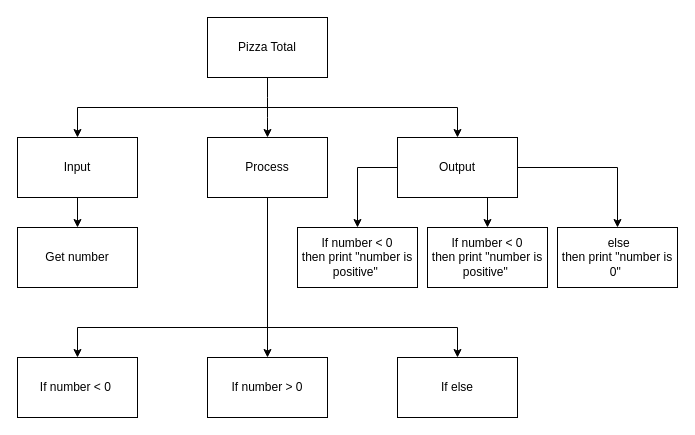
Before: topdown.drawio in Peter-Gemmell/ICS3U-Unit3-04-Python, a draw.io diagram. Source tidied: cells renumbered, new cells numbered last; positions are measured from the earlier drawing's top-left corner, leaving out a move shared by most shapes. Both pictures are drawn from the tidied source at 100%, with x=0, y=0 at pixel (17, 17).
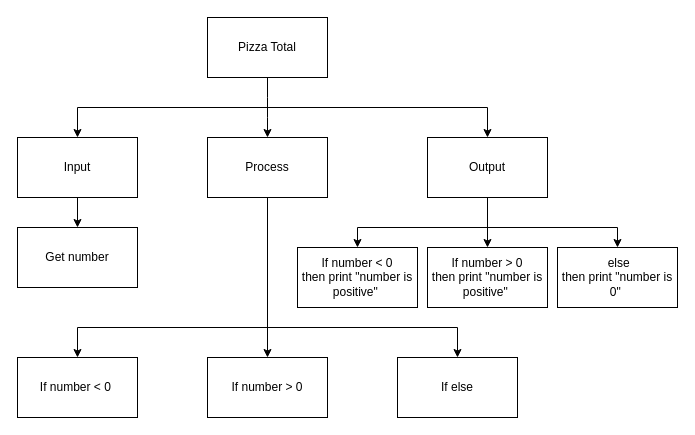
The same page after the edit.

Diff of the diagram source:
```diff
@@
     <mxCell id="3" style="edgeStyle=none;html=1;entryX=0.5;entryY=0;entryDx=0;entryDy=0;rounded=0;" parent="1" edge="1" target="15">
       <mxGeometry relative="1" as="geometry">
         <mxPoint x="250" y="90" as="sourcePoint" />
         <Array as="points">
-          <mxPoint x="440" y="90" />
+          <mxPoint x="470" y="90" />
         </Array>
       </mxGeometry>
     </mxCell>
@@
-    <mxCell id="12" style="edgeStyle=none;rounded=0;html=1;exitX=0;exitY=0.5;exitDx=0;exitDy=0;" parent="1" edge="1" source="15" target="17">
+    <mxCell id="12" style="edgeStyle=none;rounded=0;html=1;" parent="1" edge="1" target="17">
       <mxGeometry relative="1" as="geometry">
+        <mxPoint x="470" y="210" as="sourcePoint" />
         <Array as="points">
-          <mxPoint x="340" y="150" />
+          <mxPoint x="340" y="210" />
         </Array>
       </mxGeometry>
     </mxCell>
-    <mxCell id="13" style="edgeStyle=none;html=1;entryX=0.5;entryY=0;entryDx=0;entryDy=0;exitX=1;exitY=0.5;exitDx=0;exitDy=0;rounded=0;" parent="1" edge="1" source="15" target="22">
+    <mxCell id="13" style="edgeStyle=none;html=1;entryX=0.5;entryY=0;entryDx=0;entryDy=0;rounded=0;" parent="1" edge="1" target="22">
       <mxGeometry relative="1" as="geometry">
+        <mxPoint x="470" y="210" as="sourcePoint" />
         <Array as="points">
-          <mxPoint x="600" y="150" />
+          <mxPoint x="600" y="210" />
         </Array>
       </mxGeometry>
     </mxCell>
-    <mxCell id="14" style="edgeStyle=none;rounded=0;html=1;exitX=0.75;exitY=1;exitDx=0;exitDy=0;entryX=0.5;entryY=0;entryDx=0;entryDy=0;" parent="1" edge="1" source="15" target="21">
+    <mxCell id="14" style="edgeStyle=none;rounded=0;html=1;exitX=0.5;exitY=1;exitDx=0;exitDy=0;entryX=0.5;entryY=0;entryDx=0;entryDy=0;" parent="1" edge="1" source="15" target="21">
       <mxGeometry relative="1" as="geometry" />
     </mxCell>
     <mxCell id="15" value="Output" style="rounded=0;whiteSpace=wrap;html=1;" parent="1" vertex="1">
-      <mxGeometry x="380" y="120" width="120" height="60" as="geometry" />
+      <mxGeometry x="410" y="120" width="120" height="60" as="geometry" />
     </mxCell>
@@
     <mxCell id="17" value="If number &amp;lt; 0&lt;br&gt;then print &quot;number is positive&quot;&amp;nbsp;" style="rounded=0;whiteSpace=wrap;html=1;" parent="1" vertex="1">
-      <mxGeometry x="280" y="210" width="120" height="60" as="geometry" />
+      <mxGeometry x="280" y="230" width="120" height="60" as="geometry" />
     </mxCell>
@@
-    <mxCell id="21" value="If number &amp;lt; 0&lt;br&gt;then print &quot;number is positive&quot;&amp;nbsp;" style="rounded=0;whiteSpace=wrap;html=1;" parent="1" vertex="1">
-      <mxGeometry x="410" y="210" width="120" height="60" as="geometry" />
+    <mxCell id="21" value="If number &amp;gt; 0&lt;br&gt;then print &quot;number is positive&quot;&amp;nbsp;" style="rounded=0;whiteSpace=wrap;html=1;" parent="1" vertex="1">
+      <mxGeometry x="410" y="230" width="120" height="60" as="geometry" />
     </mxCell>
     <mxCell id="22" value="&amp;nbsp;else&lt;br&gt;then print &quot;number is 0&quot;&amp;nbsp;" style="rounded=0;whiteSpace=wrap;html=1;" parent="1" vertex="1">
-      <mxGeometry x="540" y="210" width="120" height="60" as="geometry" />
+      <mxGeometry x="540" y="230" width="120" height="60" as="geometry" />
     </mxCell>
```
